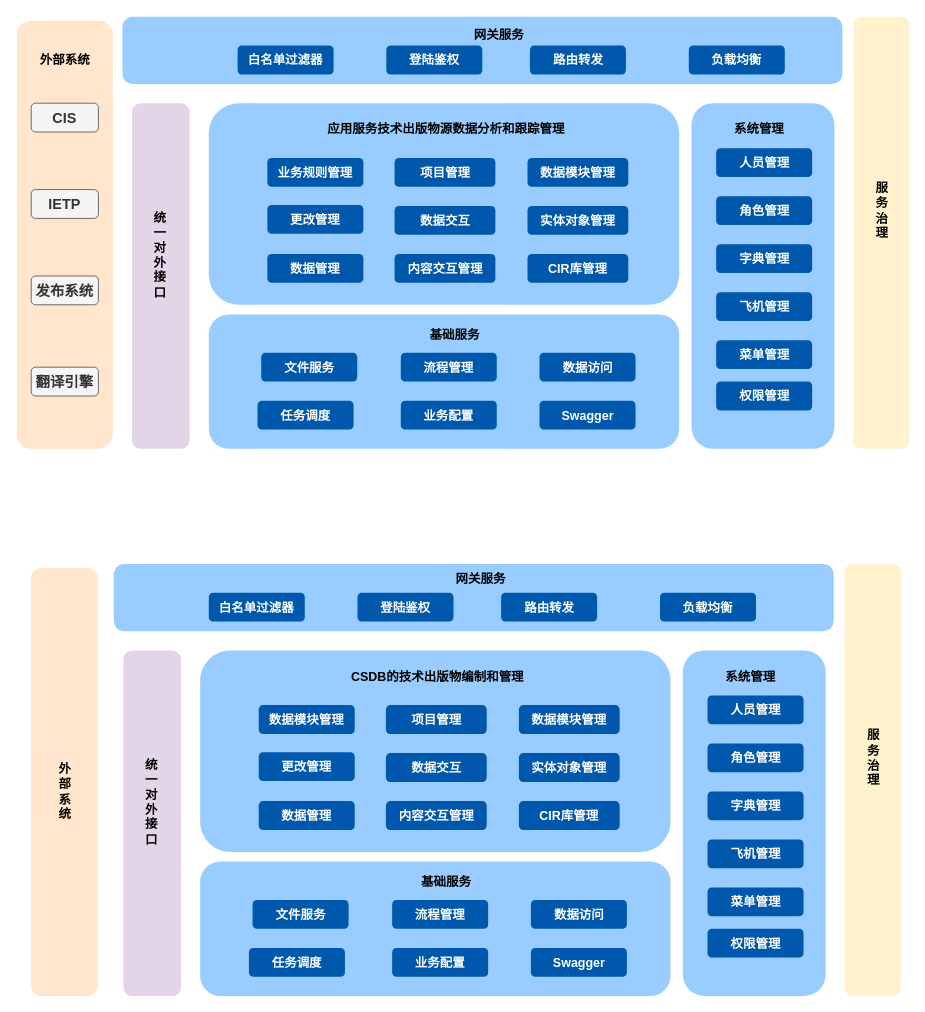
Above: 机载共性/机载共性应用架构.drawio in DemonHan/KuickBuy (draw.io), before the change. Source tidied: cells renumbered, new cells numbered last; positions are measured from the earlier drawing's top-left corner, leaving out a move shared by most shapes. Both pictures are drawn from the tidied source at 96%, with x=0, y=0 at pixel (16, 16).
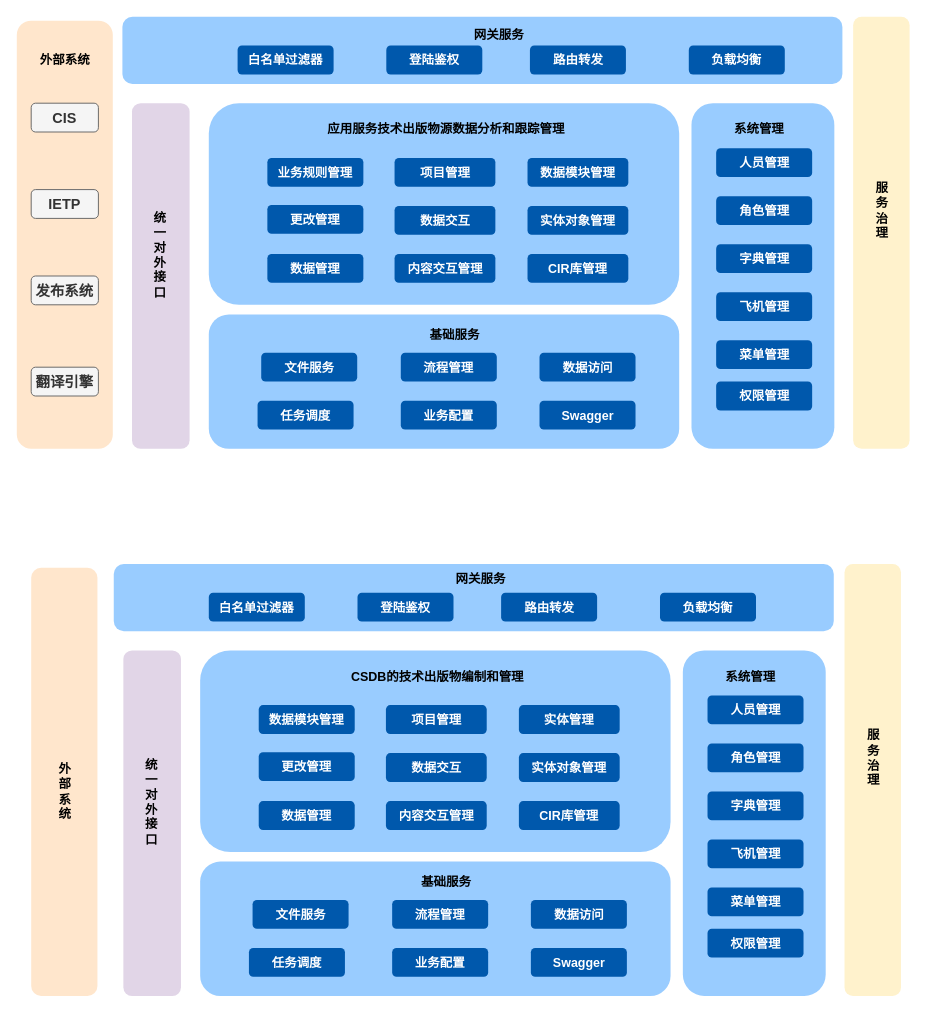
The same diagram, later.

Commit message (it also covers changes not shown here):
更新机载共性应用架构.drawio

Change to the diagram source:
```diff
@@
-    <mxCell id="68" value="数据模块管理" style="rounded=1;whiteSpace=wrap;html=1;fontStyle=1;fontSize=13;strokeColor=none;fillColor=#0058AC;fontColor=#FFFFFF;" parent="1" vertex="1">
+    <mxCell id="68" value="实体管理" style="rounded=1;whiteSpace=wrap;html=1;fontStyle=1;fontSize=13;strokeColor=none;fillColor=#0058AC;fontColor=#FFFFFF;" parent="1" vertex="1">
       <mxGeometry x="523" y="717" width="105" height="30" as="geometry" />
     </mxCell>
```
